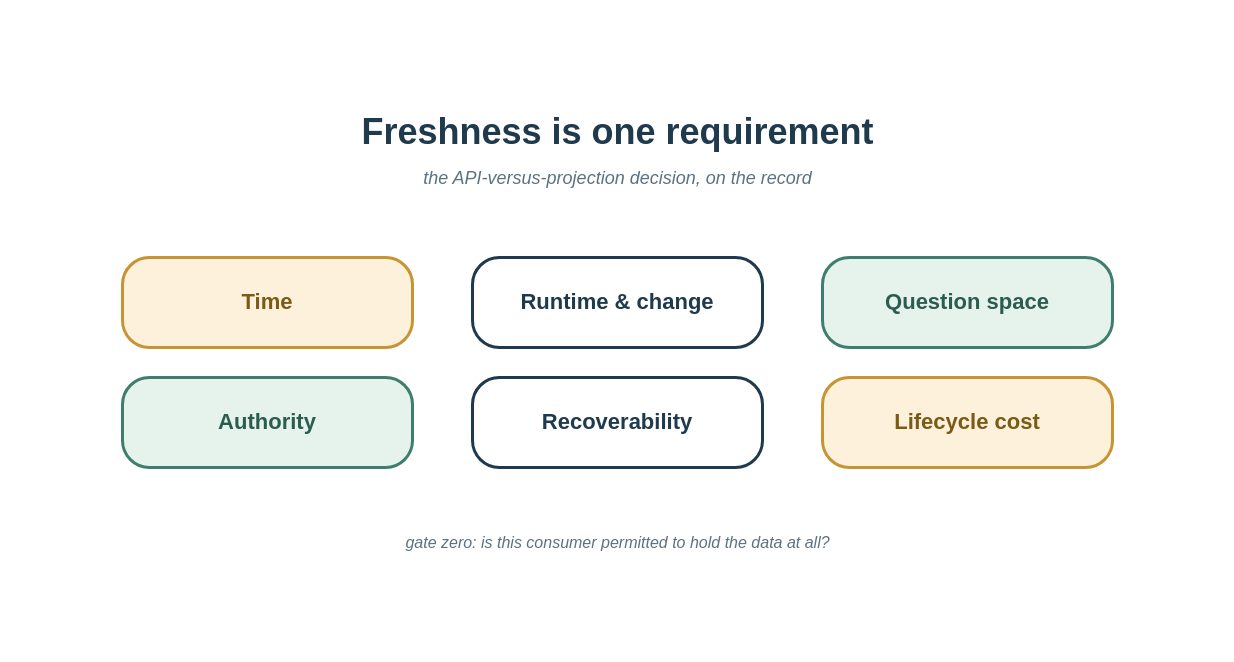
Before: content/posts/freshness-isnt-the-only-axis/social-card.drawio in AlexeyEvlampiev/alexeyevlampiev.github.io, a draw.io diagram. Source tidied: cells renumbered, new cells numbered last; positions are measured from the earlier drawing's top-left corner, leaving out a move shared by most shapes. Both pictures are drawn from the tidied source at 100%, with x=0, y=0 at pixel (17, 17).
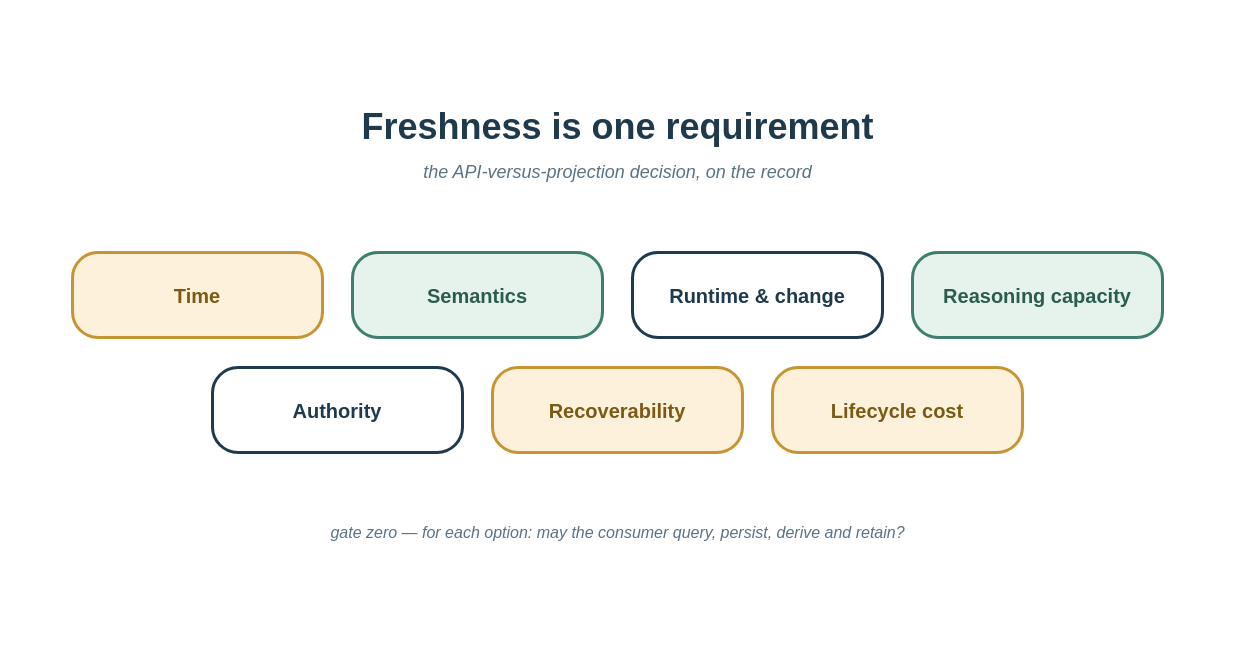
Above is the later version.

What changed in the source:
```diff
@@
 <mxGraphModel>
   <root>
     <mxCell id="0" />
     <mxCell id="1" parent="0" />
     <mxCell id="2" style="rounded=0;whiteSpace=wrap;html=1;fillColor=#ffffff;strokeColor=none;" parent="1" vertex="1">
       <mxGeometry width="1200" height="628" as="geometry" />
     </mxCell>
     <mxCell id="3" value="Freshness is one requirement" style="text;html=1;fontSize=36;fontStyle=1;fontColor=#1f3a4d;align=center;verticalAlign=middle;" parent="1" vertex="1">
-      <mxGeometry x="100" y="90" width="1000" height="48" as="geometry" />
+      <mxGeometry x="100" y="85" width="1000" height="48" as="geometry" />
     </mxCell>
     <mxCell id="4" value="the API-versus-projection decision, on the record" style="text;html=1;fontSize=18;fontStyle=2;fontColor=#5b7282;align=center;verticalAlign=middle;" parent="1" vertex="1">
-      <mxGeometry x="100" y="146" width="1000" height="30" as="geometry" />
+      <mxGeometry x="100" y="140" width="1000" height="30" as="geometry" />
     </mxCell>
-    <mxCell id="5" value="&lt;font style=&quot;font-size:22px&quot;&gt;&lt;b&gt;Time&lt;/b&gt;&lt;/font&gt;" style="rounded=1;whiteSpace=wrap;html=1;fillColor=#fdf1dc;strokeColor=#c79433;strokeWidth=3;fontColor=#7a5a14;arcSize=30;" parent="1" vertex="1">
-      <mxGeometry x="105" y="240" width="290" height="90" as="geometry" />
+    <mxCell id="5" value="&lt;font style=&quot;font-size:20px&quot;&gt;&lt;b&gt;Time&lt;/b&gt;&lt;/font&gt;" style="rounded=1;whiteSpace=wrap;html=1;fillColor=#fdf1dc;strokeColor=#c79433;strokeWidth=3;fontColor=#7a5a14;arcSize=30;" parent="1" vertex="1">
+      <mxGeometry x="55" y="235" width="250" height="85" as="geometry" />
     </mxCell>
-    <mxCell id="6" value="&lt;font style=&quot;font-size:22px&quot;&gt;&lt;b&gt;Runtime &amp;amp; change&lt;/b&gt;&lt;/font&gt;" style="rounded=1;whiteSpace=wrap;html=1;fillColor=#ffffff;strokeColor=#1f3a4d;strokeWidth=3;fontColor=#1f3a4d;arcSize=30;" parent="1" vertex="1">
-      <mxGeometry x="455" y="240" width="290" height="90" as="geometry" />
+    <mxCell id="6" value="&lt;font style=&quot;font-size:20px&quot;&gt;&lt;b&gt;Semantics&lt;/b&gt;&lt;/font&gt;" style="rounded=1;whiteSpace=wrap;html=1;fillColor=#e6f2ec;strokeColor=#3f7e6e;strokeWidth=3;fontColor=#2c5c50;arcSize=30;" parent="1" vertex="1">
+      <mxGeometry x="335" y="235" width="250" height="85" as="geometry" />
     </mxCell>
-    <mxCell id="7" value="&lt;font style=&quot;font-size:22px&quot;&gt;&lt;b&gt;Question space&lt;/b&gt;&lt;/font&gt;" style="rounded=1;whiteSpace=wrap;html=1;fillColor=#e6f2ec;strokeColor=#3f7e6e;strokeWidth=3;fontColor=#2c5c50;arcSize=30;" parent="1" vertex="1">
-      <mxGeometry x="805" y="240" width="290" height="90" as="geometry" />
+    <mxCell id="7" value="&lt;font style=&quot;font-size:20px&quot;&gt;&lt;b&gt;Runtime &amp;amp; change&lt;/b&gt;&lt;/font&gt;" style="rounded=1;whiteSpace=wrap;html=1;fillColor=#ffffff;strokeColor=#1f3a4d;strokeWidth=3;fontColor=#1f3a4d;arcSize=30;" parent="1" vertex="1">
+      <mxGeometry x="615" y="235" width="250" height="85" as="geometry" />
     </mxCell>
-    <mxCell id="8" value="&lt;font style=&quot;font-size:22px&quot;&gt;&lt;b&gt;Authority&lt;/b&gt;&lt;/font&gt;" style="rounded=1;whiteSpace=wrap;html=1;fillColor=#e6f2ec;strokeColor=#3f7e6e;strokeWidth=3;fontColor=#2c5c50;arcSize=30;" parent="1" vertex="1">
-      <mxGeometry x="105" y="360" width="290" height="90" as="geometry" />
+    <mxCell id="8" value="&lt;font style=&quot;font-size:20px&quot;&gt;&lt;b&gt;Reasoning capacity&lt;/b&gt;&lt;/font&gt;" style="rounded=1;whiteSpace=wrap;html=1;fillColor=#e6f2ec;strokeColor=#3f7e6e;strokeWidth=3;fontColor=#2c5c50;arcSize=30;" parent="1" vertex="1">
+      <mxGeometry x="895" y="235" width="250" height="85" as="geometry" />
     </mxCell>
-    <mxCell id="9" value="&lt;font style=&quot;font-size:22px&quot;&gt;&lt;b&gt;Recoverability&lt;/b&gt;&lt;/font&gt;" style="rounded=1;whiteSpace=wrap;html=1;fillColor=#ffffff;strokeColor=#1f3a4d;strokeWidth=3;fontColor=#1f3a4d;arcSize=30;" parent="1" vertex="1">
-      <mxGeometry x="455" y="360" width="290" height="90" as="geometry" />
+    <mxCell id="9" value="&lt;font style=&quot;font-size:20px&quot;&gt;&lt;b&gt;Authority&lt;/b&gt;&lt;/font&gt;" style="rounded=1;whiteSpace=wrap;html=1;fillColor=#ffffff;strokeColor=#1f3a4d;strokeWidth=3;fontColor=#1f3a4d;arcSize=30;" parent="1" vertex="1">
+      <mxGeometry x="195" y="350" width="250" height="85" as="geometry" />
     </mxCell>
-    <mxCell id="10" value="&lt;font style=&quot;font-size:22px&quot;&gt;&lt;b&gt;Lifecycle cost&lt;/b&gt;&lt;/font&gt;" style="rounded=1;whiteSpace=wrap;html=1;fillColor=#fdf1dc;strokeColor=#c79433;strokeWidth=3;fontColor=#7a5a14;arcSize=30;" parent="1" vertex="1">
-      <mxGeometry x="805" y="360" width="290" height="90" as="geometry" />
+    <mxCell id="10" value="&lt;font style=&quot;font-size:20px&quot;&gt;&lt;b&gt;Recoverability&lt;/b&gt;&lt;/font&gt;" style="rounded=1;whiteSpace=wrap;html=1;fillColor=#fdf1dc;strokeColor=#c79433;strokeWidth=3;fontColor=#7a5a14;arcSize=30;" parent="1" vertex="1">
+      <mxGeometry x="475" y="350" width="250" height="85" as="geometry" />
     </mxCell>
+    <mxCell id="12" value="&lt;font style=&quot;font-size:20px&quot;&gt;&lt;b&gt;Lifecycle cost&lt;/b&gt;&lt;/font&gt;" style="rounded=1;whiteSpace=wrap;html=1;fillColor=#fdf1dc;strokeColor=#c79433;strokeWidth=3;fontColor=#7a5a14;arcSize=30;" parent="1" vertex="1">
+      <mxGeometry x="755" y="350" width="250" height="85" as="geometry" />
+    </mxCell>
-    <mxCell id="11" value="&lt;font style=&quot;font-size:16px&quot;&gt;&lt;i&gt;gate zero: is this consumer permitted to hold the data at all?&lt;/i&gt;&lt;/font&gt;" style="text;html=1;fontColor=#5b7282;align=center;verticalAlign=middle;" parent="1" vertex="1">
-      <mxGeometry x="100" y="510" width="1000" height="30" as="geometry" />
+    <mxCell id="11" value="&lt;font style=&quot;font-size:16px&quot;&gt;&lt;i&gt;gate zero &amp;#8212; for each option: may the consumer query, persist, derive and retain?&lt;/i&gt;&lt;/font&gt;" style="text;html=1;fontColor=#5b7282;align=center;verticalAlign=middle;" parent="1" vertex="1">
+      <mxGeometry x="100" y="500" width="1000" height="30" as="geometry" />
     </mxCell>
   </root>
 </mxGraphModel>
```
